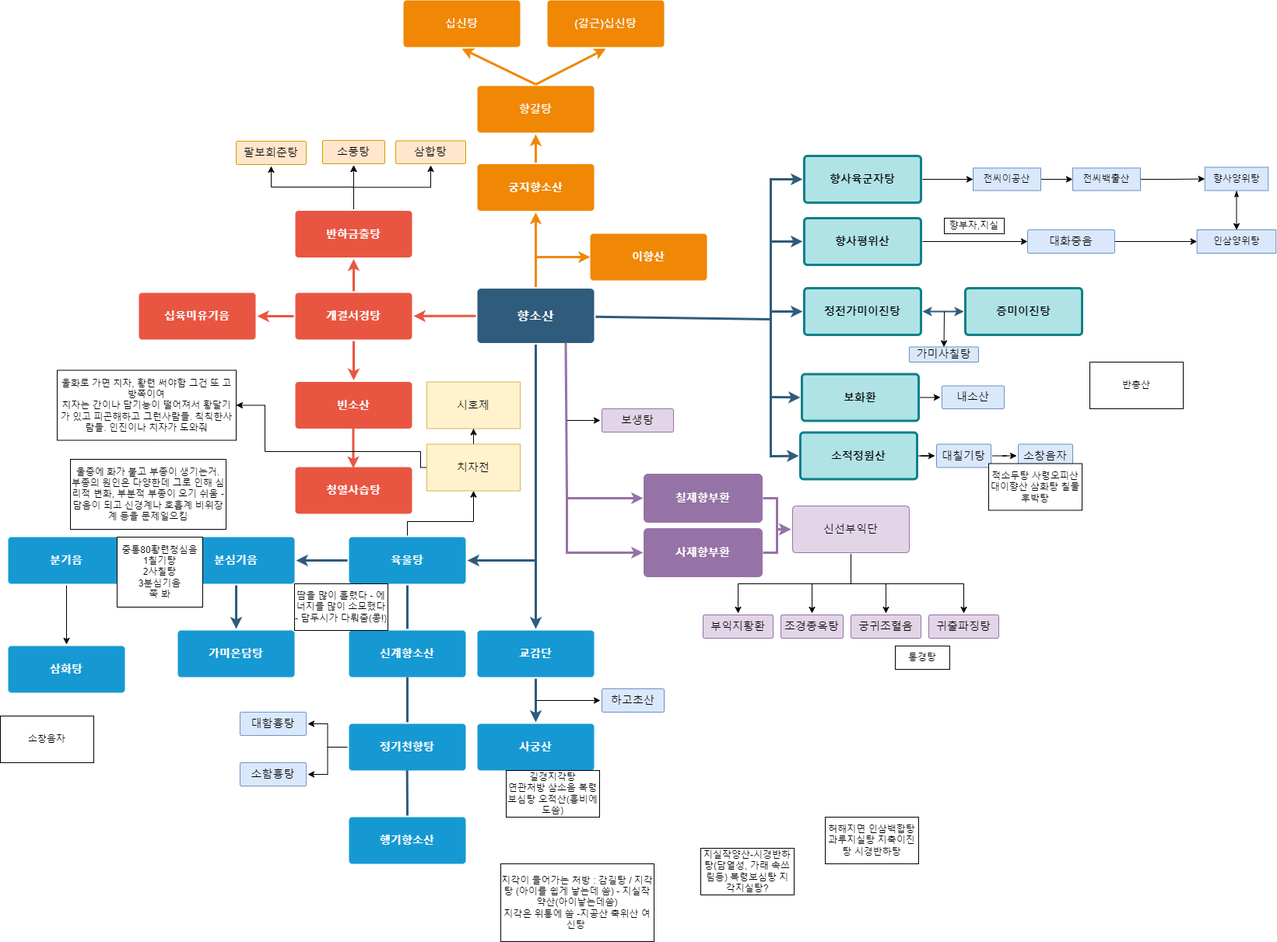
The draw.io diagram 향소산플로우차트.drawio.png in Jinzin71/sparta, before a commit. Source tidied: cells renumbered, new cells last; positions are measured from the earlier drawing's top-left corner, leaving out a move shared by most shapes.
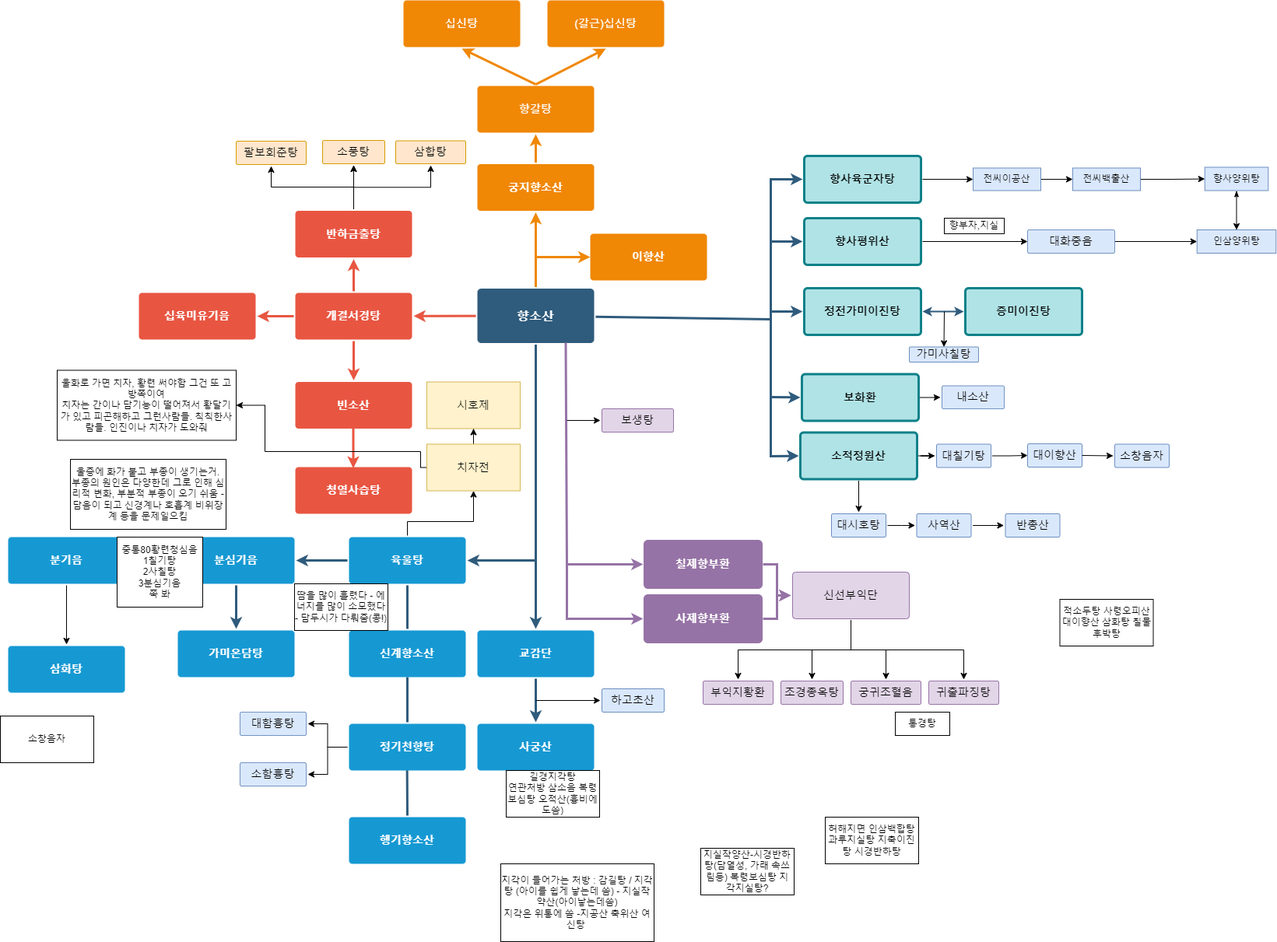
After the commit.

Commit message:
향소산플로우차트.drawio.png 업데이트

Diff of the diagram source:
```diff
@@ -125,7 +125,7 @@
       <mxGeometry relative="1" as="geometry">
         <mxPoint x="726.5" y="440" as="sourcePoint" />
         <Array as="points">
-          <mxPoint x="728" y="640" />
+          <mxPoint x="728" y="725" />
         </Array>
       </mxGeometry>
     </mxCell>
@@ -133,13 +133,13 @@
       <mxGeometry relative="1" as="geometry" />
     </mxCell>
     <mxCell id="39" value="&lt;font color=&quot;#ffffff&quot;&gt;칠제향부환&lt;/font&gt;" style="rounded=1;whiteSpace=wrap;html=1;shadow=0;labelBackgroundColor=none;strokeColor=#9673A6;strokeWidth=3;fillColor=#9673A6;fontFamily=Helvetica;fontSize=14;align=center;spacing=5;fontStyle=1;arcSize=7;perimeterSpacing=2;" parent="1" vertex="1">
-      <mxGeometry x="828" y="610" width="150" height="60" as="geometry" />
+      <mxGeometry x="828" y="695" width="150" height="60" as="geometry" />
     </mxCell>
     <mxCell id="40" style="edgeStyle=none;rounded=0;jumpStyle=none;html=1;shadow=0;labelBackgroundColor=none;startArrow=none;startFill=0;endArrow=classic;endFill=1;jettySize=auto;strokeColor=#9673A6;strokeWidth=3;fontFamily=Helvetica;fontSize=16;fontColor=#23445D;spacing=5;entryX=0;entryY=0.5;entryDx=0;entryDy=0;" parent="1" edge="1" target="42">
       <mxGeometry relative="1" as="geometry">
-        <mxPoint x="728" y="640" as="sourcePoint" />
+        <mxPoint x="728" y="725" as="sourcePoint" />
         <Array as="points">
-          <mxPoint x="728" y="710" />
+          <mxPoint x="728" y="795" />
         </Array>
       </mxGeometry>
     </mxCell>
@@ -147,7 +147,7 @@
       <mxGeometry relative="1" as="geometry" />
     </mxCell>
     <mxCell id="42" value="&lt;font color=&quot;#ffffff&quot;&gt;사제향부환&lt;/font&gt;" style="rounded=1;whiteSpace=wrap;html=1;shadow=0;labelBackgroundColor=none;strokeColor=#9673a6;strokeWidth=3;fillColor=#9673A6;fontFamily=Helvetica;fontSize=14;align=center;spacing=5;fontStyle=1;arcSize=7;perimeterSpacing=2;" parent="1" vertex="1">
-      <mxGeometry x="828" y="680" width="150" height="60" as="geometry" />
+      <mxGeometry x="828" y="765" width="150" height="60" as="geometry" />
     </mxCell>
     <mxCell id="43" style="edgeStyle=none;rounded=0;jumpStyle=none;html=1;shadow=0;labelBackgroundColor=none;startArrow=none;startFill=0;endArrow=classic;endFill=1;jettySize=auto;strokeColor=#2F5B7C;strokeWidth=3;fontFamily=Helvetica;fontSize=14;fontColor=#FFFFFF;spacing=5;fillColor=#0050ef;exitX=0.5;exitY=1;exitDx=0;exitDy=0;entryX=0.5;entryY=0;entryDx=0;entryDy=0;" parent="1" edge="1" source="55" target="56">
       <mxGeometry relative="1" as="geometry" />
@@ -309,16 +309,16 @@
     <mxCell id="77" style="edgeStyle=orthogonalEdgeStyle;rounded=0;jettySize=auto;html=1;" parent="1" edge="1" source="80" target="82">
       <mxGeometry relative="1" as="geometry">
         <Array as="points">
-          <mxPoint x="1093" y="750" />
-          <mxPoint x="1043" y="750" />
+          <mxPoint x="1093" y="835" />
+          <mxPoint x="1043" y="835" />
         </Array>
       </mxGeometry>
     </mxCell>
     <mxCell id="78" style="edgeStyle=orthogonalEdgeStyle;rounded=0;jettySize=auto;html=1;exitX=0.5;exitY=1;exitDx=0;exitDy=0;" parent="1" edge="1" source="80" target="81">
       <mxGeometry relative="1" as="geometry">
         <Array as="points">
-          <mxPoint x="1093" y="750" />
-          <mxPoint x="1238" y="750" />
+          <mxPoint x="1093" y="835" />
+          <mxPoint x="1238" y="835" />
         </Array>
       </mxGeometry>
     </mxCell>
@@ -326,28 +326,28 @@
       <mxGeometry relative="1" as="geometry" />
     </mxCell>
     <mxCell id="80" value="신선부익단" style="rounded=1;whiteSpace=wrap;html=1;shadow=0;labelBackgroundColor=none;strokeColor=#9673a6;strokeWidth=1;fillColor=#e1d5e7;fontFamily=Helvetica;fontSize=14;align=center;spacing=5;fontStyle=0;arcSize=7;perimeterSpacing=2;" parent="1" vertex="1">
-      <mxGeometry x="1018" y="650" width="150" height="60" as="geometry" />
+      <mxGeometry x="1018" y="735" width="150" height="60" as="geometry" />
     </mxCell>
     <mxCell id="81" value="귀출파징탕" style="rounded=1;whiteSpace=wrap;html=1;shadow=0;labelBackgroundColor=none;strokeColor=#9673a6;strokeWidth=1;fillColor=#e1d5e7;fontFamily=Helvetica;fontSize=14;align=center;spacing=5;fontStyle=0;arcSize=7;perimeterSpacing=2;" parent="1" vertex="1">
-      <mxGeometry x="1193" y="790" width="90" height="30" as="geometry" />
+      <mxGeometry x="1193" y="875" width="90" height="30" as="geometry" />
     </mxCell>
     <mxCell id="82" value="조경종옥탕" style="rounded=1;whiteSpace=wrap;html=1;shadow=0;labelBackgroundColor=none;strokeColor=#9673a6;strokeWidth=1;fillColor=#e1d5e7;fontFamily=Helvetica;fontSize=14;align=center;spacing=5;fontStyle=0;arcSize=7;perimeterSpacing=2;" parent="1" vertex="1">
-      <mxGeometry x="1003" y="790" width="80" height="30" as="geometry" />
+      <mxGeometry x="1003" y="875" width="80" height="30" as="geometry" />
     </mxCell>
     <mxCell id="83" value="부익지황환" style="rounded=1;whiteSpace=wrap;html=1;shadow=0;labelBackgroundColor=none;strokeColor=#9673a6;strokeWidth=1;fillColor=#e1d5e7;fontFamily=Helvetica;fontSize=14;align=center;spacing=5;fontStyle=0;arcSize=7;perimeterSpacing=2;" parent="1" vertex="1">
-      <mxGeometry x="903" y="790" width="90" height="30" as="geometry" />
+      <mxGeometry x="903" y="875" width="90" height="30" as="geometry" />
     </mxCell>
     <mxCell id="84" style="edgeStyle=orthogonalEdgeStyle;rounded=0;jettySize=auto;html=1;exitX=0.5;exitY=1;exitDx=0;exitDy=0;entryX=0.5;entryY=0;entryDx=0;entryDy=0;" parent="1" edge="1" source="80" target="83">
       <mxGeometry relative="1" as="geometry">
         <Array as="points">
-          <mxPoint x="1093" y="750" />
-          <mxPoint x="948" y="750" />
-          <mxPoint x="948" y="788" />
+          <mxPoint x="1093" y="835" />
+          <mxPoint x="948" y="835" />
+          <mxPoint x="948" y="873" />
         </Array>
       </mxGeometry>
     </mxCell>
     <mxCell id="85" value="궁귀조혈음" style="rounded=1;whiteSpace=wrap;html=1;shadow=0;labelBackgroundColor=none;strokeColor=#9673a6;strokeWidth=1;fillColor=#e1d5e7;fontFamily=Helvetica;fontSize=14;align=center;spacing=5;fontStyle=0;arcSize=7;perimeterSpacing=2;" parent="1" vertex="1">
-      <mxGeometry x="1093" y="790" width="90" height="30" as="geometry" />
+      <mxGeometry x="1093" y="875" width="90" height="30" as="geometry" />
     </mxCell>
     <mxCell id="86" value="하고초산" style="rounded=1;whiteSpace=wrap;html=1;shadow=0;labelBackgroundColor=none;strokeColor=#6c8ebf;strokeWidth=1;fillColor=#dae8fc;fontFamily=Helvetica;fontSize=14;align=center;spacing=5;fontStyle=0;arcSize=7;perimeterSpacing=2;" parent="1" vertex="1">
       <mxGeometry x="773" y="885" width="80" height="30" as="geometry" />
@@ -361,14 +361,14 @@
     <mxCell id="89" value="소적정원산" style="rounded=1;whiteSpace=wrap;html=1;shadow=0;labelBackgroundColor=none;strokeColor=#0e8088;strokeWidth=3;fillColor=#b0e3e6;fontFamily=Helvetica;fontSize=14;align=center;spacing=5;fontStyle=1;arcSize=7;perimeterSpacing=2;" parent="1" vertex="1">
       <mxGeometry x="1028" y="555.5" width="150" height="60" as="geometry" />
     </mxCell>
-    <mxCell id="90" style="edgeStyle=orthogonalEdgeStyle;rounded=0;jettySize=auto;html=1;" parent="1" edge="1" source="91" target="92">
-      <mxGeometry relative="1" as="geometry" />
-    </mxCell>
+    <mxCell id="123" style="edgeStyle=orthogonalEdgeStyle;rounded=0;jettySize=auto;html=1;" parent="1" edge="1" source="91" target="124">
+      <mxGeometry relative="1" as="geometry" />
+    </mxCell>
     <mxCell id="91" value="대칠기탕" style="rounded=1;whiteSpace=wrap;html=1;shadow=0;labelBackgroundColor=none;strokeColor=#6c8ebf;strokeWidth=1;fillColor=#dae8fc;fontFamily=Helvetica;fontSize=14;align=center;spacing=5;fontStyle=0;arcSize=7;perimeterSpacing=2;" parent="1" vertex="1">
       <mxGeometry x="1203" y="570.5" width="70" height="30" as="geometry" />
     </mxCell>
     <mxCell id="92" value="소창음자" style="rounded=1;whiteSpace=wrap;html=1;shadow=0;labelBackgroundColor=none;strokeColor=#6c8ebf;strokeWidth=1;fillColor=#dae8fc;fontFamily=Helvetica;fontSize=14;align=center;spacing=5;fontStyle=0;arcSize=7;perimeterSpacing=2;" parent="1" vertex="1">
-      <mxGeometry x="1308" y="570.5" width="70" height="30" as="geometry" />
+      <mxGeometry x="1432" y="570.5" width="70" height="30" as="geometry" />
     </mxCell>
     <mxCell id="93" value="&lt;span style=&quot;font-weight: normal;&quot;&gt;팔보회춘탕&lt;br&gt;&lt;/span&gt;" style="rounded=1;whiteSpace=wrap;html=1;shadow=0;labelBackgroundColor=none;strokeWidth=1;fontFamily=Helvetica;fontSize=14;align=center;spacing=5;fontStyle=1;arcSize=7;perimeterSpacing=2;fillColor=#ffe6cc;strokeColor=#d79b00;fillStyle=auto;" parent="1" vertex="1">
       <mxGeometry x="303" y="181" width="90" height="30" as="geometry" />
@@ -397,14 +397,11 @@
     <mxCell id="99" value="전씨이공산" style="rounded=0;whiteSpace=wrap;html=1;fillColor=#dae8fc;strokeColor=#6c8ebf;" parent="1" vertex="1">
       <mxGeometry x="1250" y="215.5" width="87" height="29" as="geometry" />
     </mxCell>
-    <mxCell id="100" value="반총산" style="whiteSpace=wrap;html=1;" parent="1" vertex="1">
-      <mxGeometry x="1400" y="465" width="120" height="60" as="geometry" />
-    </mxCell>
     <mxCell id="101" value="적소두탕 사령오피산 대이향산 삼화탕 칠물후박탕" style="whiteSpace=wrap;html=1;" parent="1" vertex="1">
-      <mxGeometry x="1270" y="595.5" width="120" height="60" as="geometry" />
+      <mxGeometry x="1361.5" y="770" width="120" height="60" as="geometry" />
     </mxCell>
     <mxCell id="102" value="통경탕" style="whiteSpace=wrap;html=1;" parent="1" vertex="1">
-      <mxGeometry x="1150" y="830" width="70" height="30" as="geometry" />
+      <mxGeometry x="1150" y="915" width="70" height="30" as="geometry" />
     </mxCell>
     <mxCell id="103" value="길경지각탕&lt;br&gt;연관처방 삼소음 복령보심탕 오적산(흉비에도씀)" style="whiteSpace=wrap;html=1;" parent="1" vertex="1">
       <mxGeometry x="650" y="990" width="120" height="60" as="geometry" />
@@ -468,5 +465,29 @@
         <mxPoint x="1213" y="400" as="sourcePoint" />
       </mxGeometry>
     </mxCell>
+    <mxCell id="124" value="대이향산" style="whiteSpace=wrap;html=1;fontSize=14;fillColor=#dae8fc;strokeColor=#6c8ebf;rounded=1;shadow=0;labelBackgroundColor=none;strokeWidth=1;spacing=5;fontStyle=0;arcSize=7;" parent="1" vertex="1">
+      <mxGeometry x="1320" y="570" width="70" height="30" as="geometry" />
+    </mxCell>
+    <mxCell id="125" style="endArrow=classic;html=1;rounded=0;exitX=1;exitY=0.5;exitDx=0;exitDy=0;entryX=0;entryY=0.5;entryDx=0;entryDy=0;" parent="1" edge="1" source="124" target="92">
+      <mxGeometry relative="1" as="geometry" />
+    </mxCell>
+    <mxCell id="126" style="edgeStyle=orthogonalEdgeStyle;rounded=0;jettySize=auto;html=1;" parent="1" edge="1" source="127" target="130">
+      <mxGeometry relative="1" as="geometry" />
+    </mxCell>
+    <mxCell id="127" value="대시호탕" style="rounded=1;whiteSpace=wrap;html=1;shadow=0;labelBackgroundColor=none;strokeColor=#6c8ebf;strokeWidth=1;fillColor=#dae8fc;fontFamily=Helvetica;fontSize=14;align=center;spacing=5;fontStyle=0;arcSize=7;perimeterSpacing=2;" parent="1" vertex="1">
+      <mxGeometry x="1068" y="660" width="70" height="30" as="geometry" />
+    </mxCell>
+    <mxCell id="128" style="endArrow=classic;html=1;rounded=0;exitX=0.5;exitY=1;exitDx=0;exitDy=0;entryX=0.5;entryY=0;entryDx=0;entryDy=0;" parent="1" edge="1" source="89" target="127">
+      <mxGeometry relative="1" as="geometry" />
+    </mxCell>
+    <mxCell id="129" style="edgeStyle=orthogonalEdgeStyle;rounded=0;jettySize=auto;html=1;" parent="1" edge="1" source="130" target="100">
+      <mxGeometry relative="1" as="geometry" />
+    </mxCell>
+    <mxCell id="130" value="사역산" style="rounded=1;whiteSpace=wrap;html=1;shadow=0;labelBackgroundColor=none;strokeColor=#6c8ebf;strokeWidth=1;fillColor=#dae8fc;fontFamily=Helvetica;fontSize=14;align=center;spacing=5;fontStyle=0;arcSize=7;perimeterSpacing=2;" parent="1" vertex="1">
+      <mxGeometry x="1177.5" y="660" width="70" height="30" as="geometry" />
+    </mxCell>
+    <mxCell id="100" value="반총산" style="rounded=1;whiteSpace=wrap;html=1;shadow=0;labelBackgroundColor=none;strokeColor=#6c8ebf;strokeWidth=1;fillColor=#dae8fc;fontFamily=Helvetica;fontSize=14;align=center;spacing=5;fontStyle=0;arcSize=7;perimeterSpacing=2;" parent="1" vertex="1">
+      <mxGeometry x="1291.5" y="660" width="70" height="30" as="geometry" />
+    </mxCell>
   </root>
 </mxGraphModel>
```
